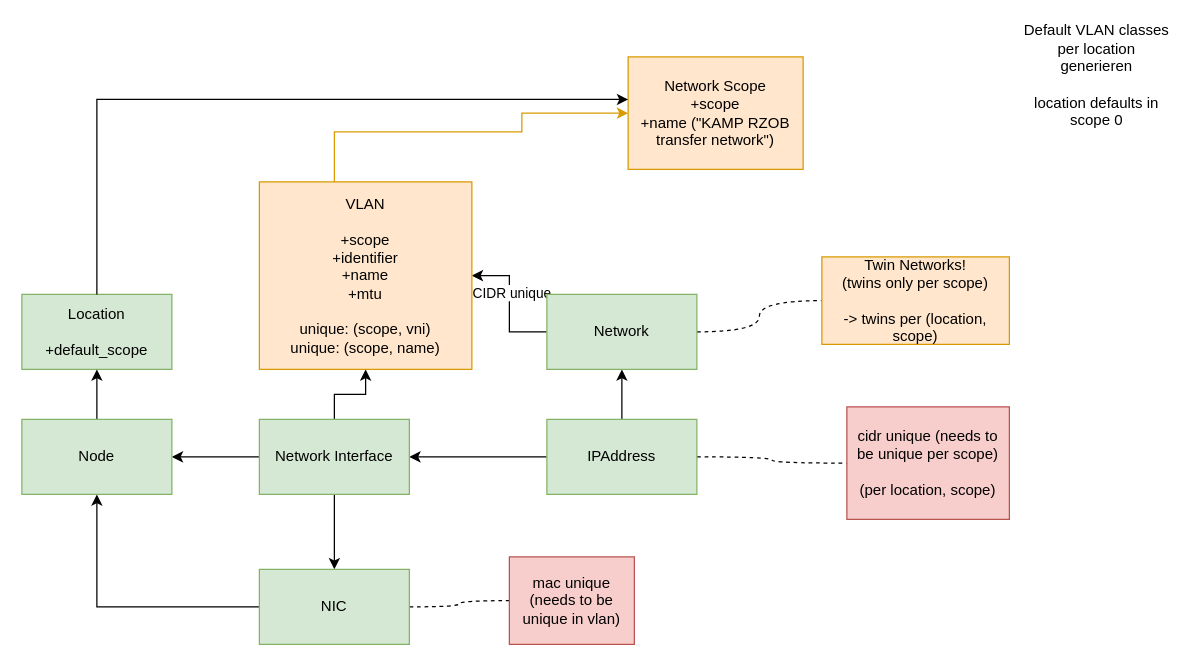
Earlier version of the draw.io diagram PL-132405 Freeform VLAN IDs.drawio (flyingcircusio/drawio). Source tidied: cells renumbered, new cells numbered last; positions are measured from the earlier drawing's top-left corner, leaving out a move shared by most shapes. Both pictures are drawn from the tidied source at 125%, with x=0, y=0 at pixel (21, 31).
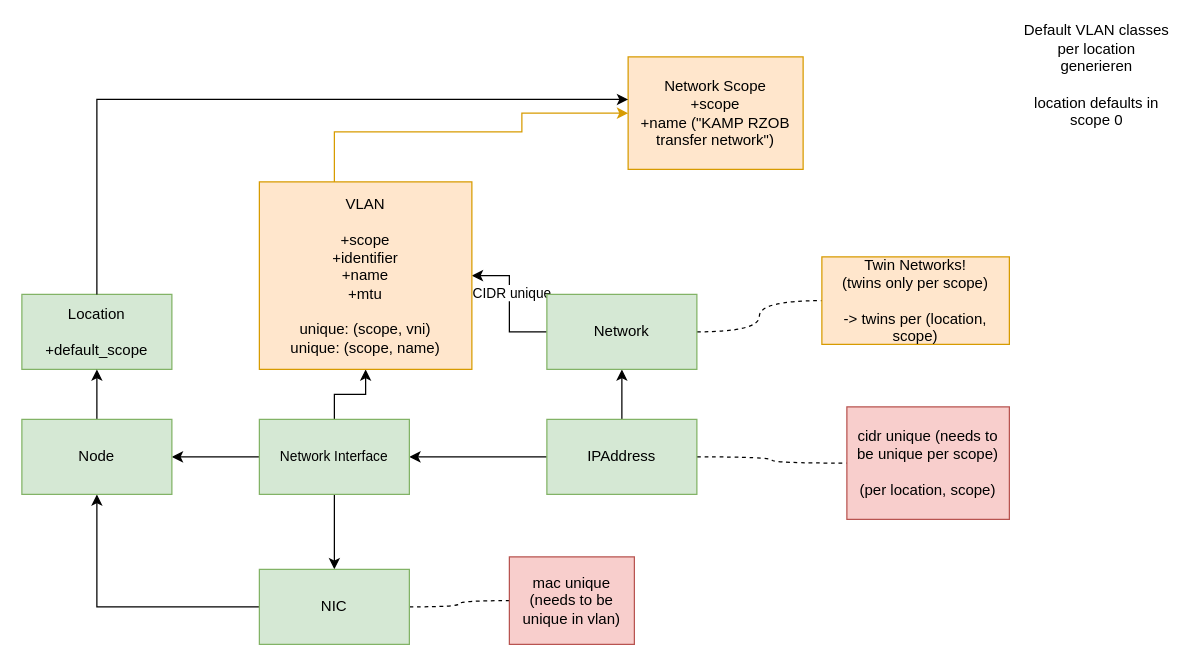
Above is the later version.

The edit, as a diff of the source:
```diff
@@
-    <mxCell id="9" value="Network Interface" style="rounded=0;whiteSpace=wrap;html=1;fillColor=#d5e8d4;strokeColor=#82b366;" parent="1" vertex="1">
+    <mxCell id="9" value="Network Interface" style="rounded=0;whiteSpace=wrap;html=1;fillColor=#d5e8d4;strokeColor=#82b366;fontSize=11;" parent="1" vertex="1">
       <mxGeometry x="190" y="310" width="120" height="60" as="geometry" />
     </mxCell>
```
